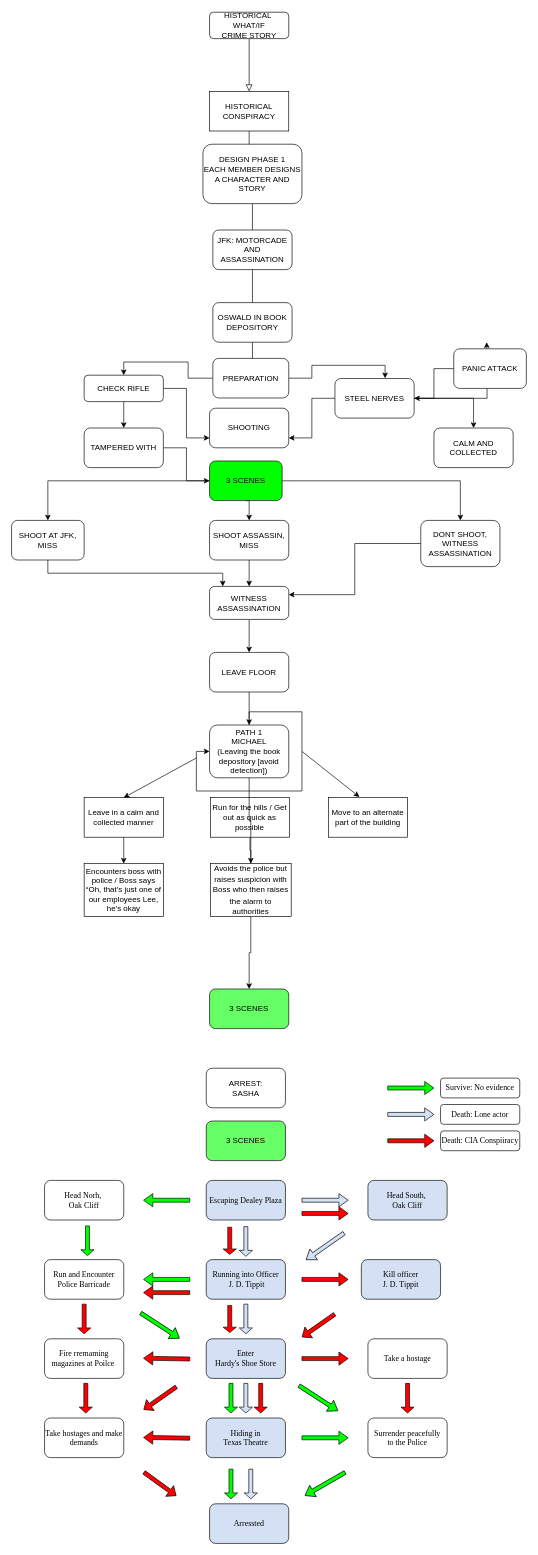
bottack/CN-text-game keeps this draw.io diagram as Untitled Diagram.drawio. Above is the earlier version. Source tidied: cells renumbered, new cells numbered last; positions are measured from the earlier drawing's top-left corner, leaving out a move shared by most shapes. Both pictures are drawn from the tidied source at 66%, with x=0, y=0 at pixel (11, 12).
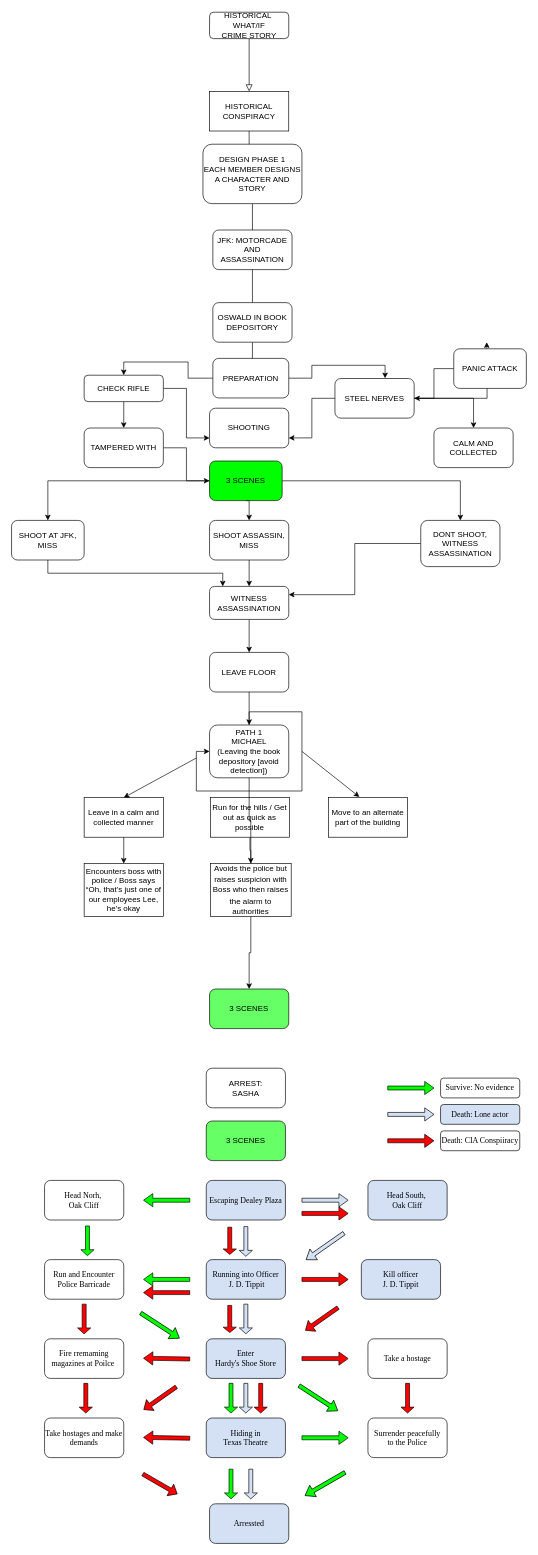
Above is the later version.

The edit, as a diff of the source:
```diff
@@
     <mxCell id="12" style="edgeStyle=orthogonalEdgeStyle;rounded=0;orthogonalLoop=1;jettySize=auto;html=1;entryX=1;entryY=0.5;entryDx=0;entryDy=0;" parent="1" edge="1">
       <mxGeometry relative="1" as="geometry">
-        <mxPoint x="560" y="630" as="targetPoint" />
+        <mxPoint x="576" y="1790" as="targetPoint" />
         <Array as="points">
-          <mxPoint x="500" y="770" />
-          <mxPoint x="670" y="770" />
-          <mxPoint x="670" y="780" />
-          <mxPoint x="740" y="780" />
-          <mxPoint x="740" y="630" />
+          <mxPoint x="516" y="1930" />
+          <mxPoint x="686" y="1930" />
+          <mxPoint x="686" y="1940" />
+          <mxPoint x="756" y="1940" />
+          <mxPoint x="756" y="1790" />
         </Array>
       </mxGeometry>
     </mxCell>
@@
-    <mxCell id="85" value="Death: Lone actor" style="rounded=1;whiteSpace=wrap;html=1;fontFamily=Times New Roman;fillColor=none;" parent="1" vertex="1">
+    <mxCell id="85" value="Death: Lone actor" style="rounded=1;whiteSpace=wrap;html=1;fontFamily=Times New Roman;fillColor=#D4E1F5;" parent="1" vertex="1">
       <mxGeometry x="650" y="1655" width="120" height="30" as="geometry" />
     </mxCell>
@@
     <mxCell id="100" style="shape=singleArrow;whiteSpace=wrap;html=1;fontFamily=Times New Roman;fillColor=#FF0000;rotation=-215;" parent="1" vertex="1">
-      <mxGeometry x="435" y="1980" width="60" height="20" as="geometry" />
+      <mxGeometry x="440" y="1970" width="60" height="20" as="geometry" />
     </mxCell>
@@
-    <mxCell id="102" style="shape=singleArrow;whiteSpace=wrap;html=1;fontFamily=Times New Roman;fillColor=#FF0000;rotation=36;" parent="1" vertex="1">
+    <mxCell id="102" style="shape=singleArrow;whiteSpace=wrap;html=1;fontFamily=Times New Roman;fillColor=#FF0000;rotation=30;" parent="1" vertex="1">
       <mxGeometry x="195" y="2220" width="60" height="20" as="geometry" />
     </mxCell>
```
